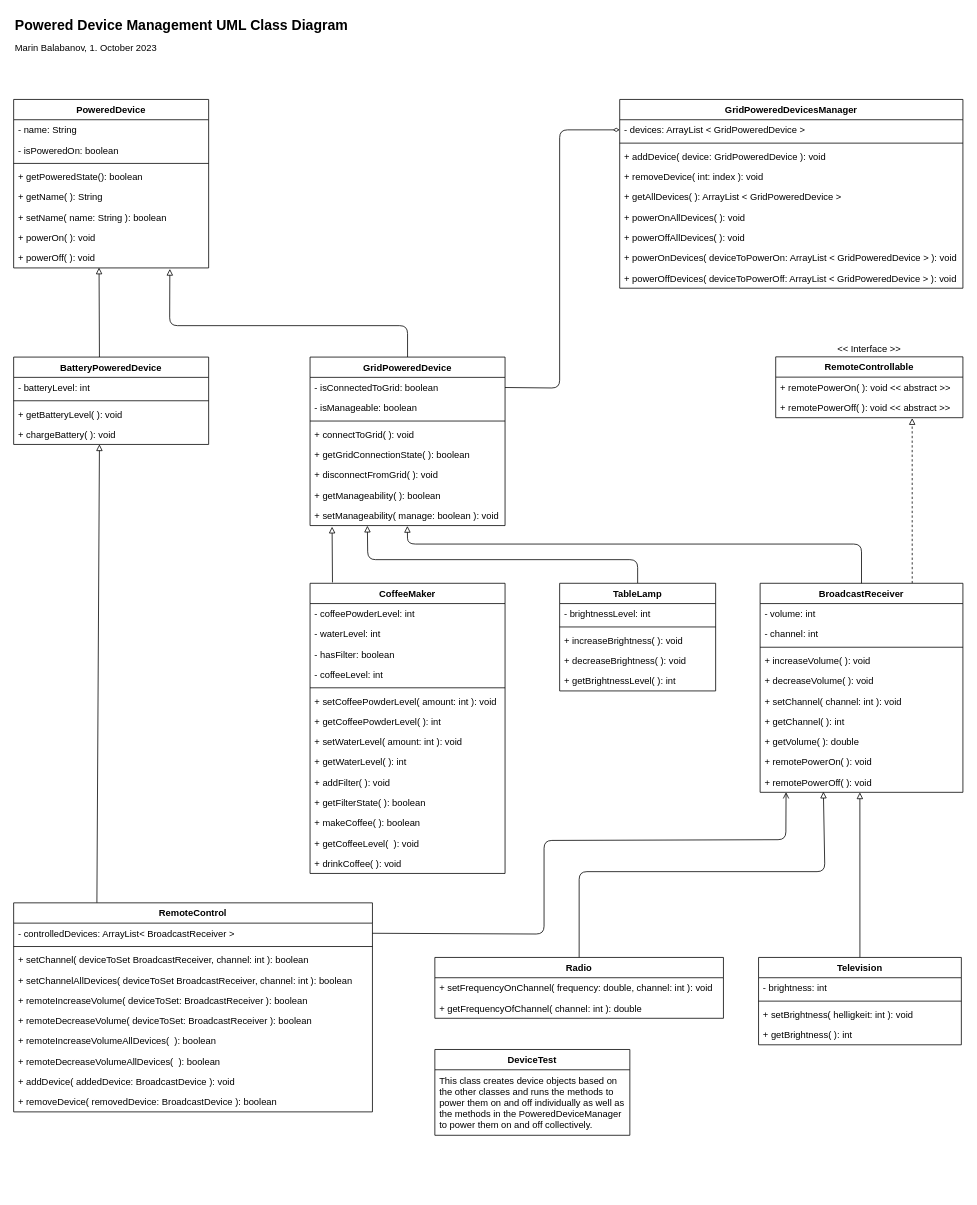
This is DevicesUML.drawio from mbalabanov/Devices, a draw.io file, before an edit. Source tidied: cells renumbered, new cells numbered last; positions are measured from the earlier drawing's top-left corner, leaving out a move shared by most shapes. Both pictures are drawn from the tidied source at 78%, with x=0, y=0 at pixel (13, 13).
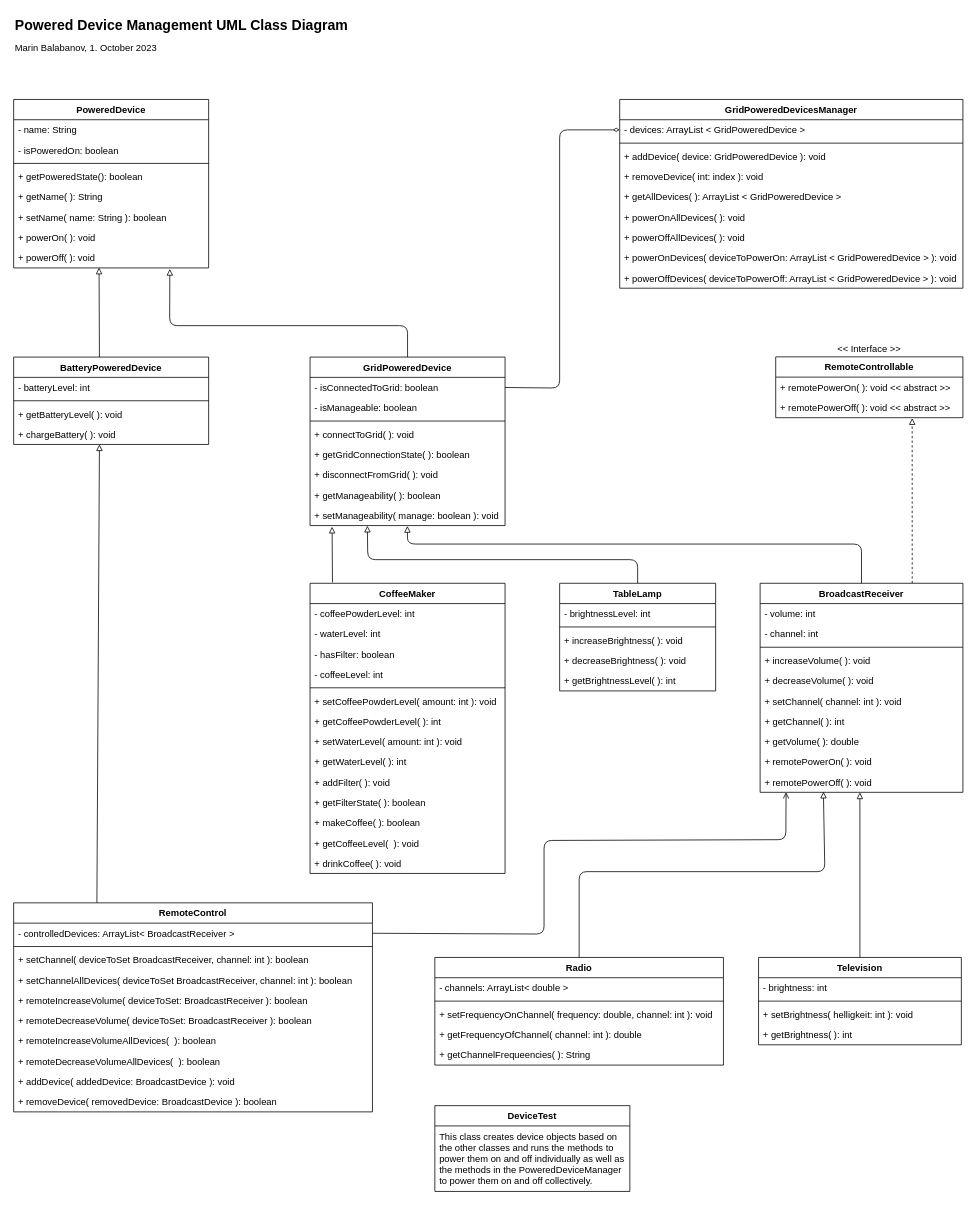
The same diagram, later.

Commit message (it also covers changes not shown here):
Adapts diagram

The edit, as a diff of the source:
```diff
@@
     <mxCell id="13" value="Radio" style="swimlane;fontStyle=1;align=center;verticalAlign=top;horizontal=1;startSize=26;" parent="1" vertex="1">
-      <mxGeometry x="540" y="1210" width="370" height="78" as="geometry" />
+      <mxGeometry x="540" y="1210" width="370" height="138" as="geometry" />
     </mxCell>
+    <mxCell id="105" value="- channels: ArrayList&lt; double &gt;" style="text;strokeColor=none;fillColor=none;align=left;verticalAlign=top;spacingLeft=4;spacingRight=4;overflow=hidden;" parent="13" vertex="1">
+      <mxGeometry y="26" width="370" height="26" as="geometry" />
+    </mxCell>
+    <mxCell id="106" style="line;strokeWidth=1;fillColor=none;align=left;verticalAlign=middle;spacingTop=-1;spacingLeft=3;spacingRight=3;labelPosition=right;strokeColor=inherit;" parent="13" vertex="1">
+      <mxGeometry y="52" width="370" height="8" as="geometry" />
+    </mxCell>
     <mxCell id="14" value="+ setFrequencyOnChannel( frequency: double, channel: int ): void" style="text;strokeColor=none;fillColor=none;align=left;verticalAlign=top;spacingLeft=4;spacingRight=4;overflow=hidden;" parent="13" vertex="1">
-      <mxGeometry y="26" width="370" height="26" as="geometry" />
+      <mxGeometry y="60" width="370" height="26" as="geometry" />
     </mxCell>
     <mxCell id="15" value="+ getFrequencyOfChannel( channel: int ): double" style="text;strokeColor=none;fillColor=none;align=left;verticalAlign=top;spacingLeft=4;spacingRight=4;overflow=hidden;" parent="13" vertex="1">
-      <mxGeometry y="52" width="370" height="26" as="geometry" />
+      <mxGeometry y="86" width="370" height="26" as="geometry" />
     </mxCell>
+    <mxCell id="107" value="+ getChannelFrequeencies( ): String" style="text;strokeColor=none;fillColor=none;align=left;verticalAlign=top;spacingLeft=4;spacingRight=4;overflow=hidden;" parent="13" vertex="1">
+      <mxGeometry y="112" width="370" height="26" as="geometry" />
+    </mxCell>
@@
     <mxCell id="103" value="DeviceTest" style="swimlane;fontStyle=1;horizontal=1;startSize=26;fillColor=none;" parent="1" vertex="1">
-      <mxGeometry x="540" y="1328" width="250" height="110" as="geometry" />
+      <mxGeometry x="540" y="1400" width="250" height="110" as="geometry" />
     </mxCell>
```
